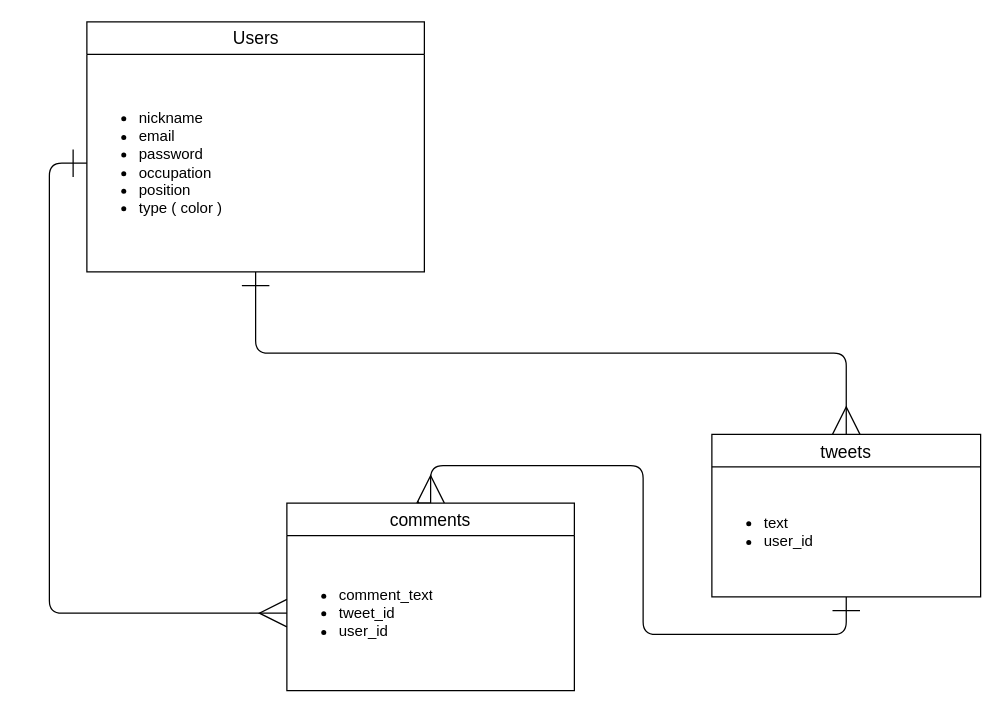
rin3124hello/for-style keeps this draw.io diagram as Er.dio. Above is the earlier version. Source tidied: cells renumbered, new cells numbered last; positions are measured from the earlier drawing's top-left corner, leaving out a move shared by most shapes. Both pictures are drawn from the tidied source at 125%, with x=0, y=0 at pixel (86, 21).
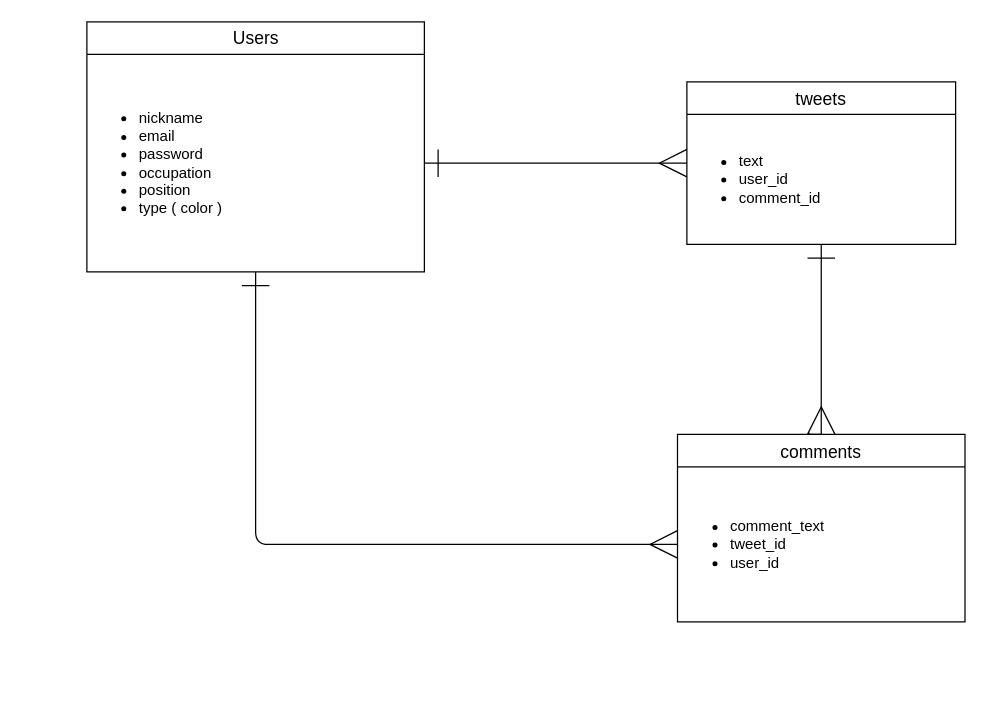
The same page after the edit.

Commit message (it also covers changes not shown here):
コメント後の修正

What changed in the source:
```diff
@@
 <mxGraphModel>
   <root>
     <mxCell id="0" />
     <mxCell id="1" parent="0" />
     <mxCell id="2" value="Users" style="swimlane;fontStyle=0;horizontal=1;startSize=26;align=center;fontSize=14;html=1;" parent="1" vertex="1">
       <mxGeometry width="270" height="200" as="geometry" />
     </mxCell>
     <mxCell id="3" value="&lt;ul&gt;&lt;li&gt;nickname&lt;/li&gt;&lt;li&gt;email&lt;/li&gt;&lt;li&gt;password&lt;/li&gt;&lt;li&gt;occupation&lt;/li&gt;&lt;li&gt;position&lt;/li&gt;&lt;li&gt;type ( color )&lt;/li&gt;&lt;/ul&gt;" style="text;strokeColor=none;fillColor=none;html=1;whiteSpace=wrap;verticalAlign=middle;overflow=hidden;" parent="2" vertex="1">
       <mxGeometry y="26" width="270" height="174" as="geometry" />
     </mxCell>
-    <mxCell id="4" style="edgeStyle=orthogonalEdgeStyle;curved=0;rounded=1;sketch=0;jettySize=auto;html=1;exitX=0.5;exitY=1;exitDx=0;exitDy=0;startArrow=ERone;startFill=0;endArrow=ERmany;endFill=0;startSize=20;endSize=20;" parent="1" edge="1" source="3" target="10">
+    <mxCell id="4" style="edgeStyle=orthogonalEdgeStyle;curved=0;rounded=1;sketch=0;jettySize=auto;html=1;startArrow=ERone;startFill=0;endArrow=ERmany;endFill=0;startSize=20;endSize=20;exitX=1;exitY=0.5;exitDx=0;exitDy=0;" parent="1" edge="1" source="3" target="10">
       <mxGeometry relative="1" as="geometry" />
     </mxCell>
     <mxCell id="5" style="edgeStyle=orthogonalEdgeStyle;curved=0;rounded=1;sketch=0;jettySize=auto;html=1;exitX=0.5;exitY=1;exitDx=0;exitDy=0;entryX=0.5;entryY=0;entryDx=0;entryDy=0;startArrow=ERone;startFill=0;startSize=20;endArrow=ERmany;endFill=0;endSize=20;" parent="1" edge="1" source="11" target="8">
       <mxGeometry relative="1" as="geometry" />
     </mxCell>
-    <mxCell id="6" style="edgeStyle=orthogonalEdgeStyle;curved=0;rounded=1;sketch=0;jettySize=auto;html=1;exitX=0;exitY=0.5;exitDx=0;exitDy=0;entryX=0;entryY=0.5;entryDx=0;entryDy=0;startArrow=ERone;startFill=0;startSize=20;endArrow=ERmany;endFill=0;endSize=20;" parent="1" edge="1" source="3" target="9">
+    <mxCell id="6" style="edgeStyle=orthogonalEdgeStyle;curved=0;rounded=1;sketch=0;jettySize=auto;html=1;exitX=0.5;exitY=1;exitDx=0;exitDy=0;entryX=0;entryY=0.5;entryDx=0;entryDy=0;startArrow=ERone;startFill=0;startSize=20;endArrow=ERmany;endFill=0;endSize=20;" parent="1" edge="1" source="3" target="9">
       <mxGeometry relative="1" as="geometry" />
     </mxCell>
     <mxCell id="7" style="edgeStyle=orthogonalEdgeStyle;rounded=0;orthogonalLoop=1;jettySize=auto;html=1;exitX=0.5;exitY=0;exitDx=0;exitDy=0;entryX=0.457;entryY=-0.013;entryDx=0;entryDy=0;entryPerimeter=0;" parent="1" edge="1" source="8" target="8">
       <mxGeometry relative="1" as="geometry" />
     </mxCell>
+    <mxCell id="10" value="tweets" style="swimlane;fontStyle=0;horizontal=1;startSize=26;align=center;fontSize=14;rounded=0;sketch=0;" parent="1" vertex="1">
+      <mxGeometry x="480" y="48" width="215" height="130" as="geometry" />
+    </mxCell>
+    <mxCell id="11" value="&lt;ul&gt;&lt;li&gt;text&lt;/li&gt;&lt;li&gt;user_id&lt;/li&gt;&lt;li&gt;comment_id&lt;/li&gt;&lt;/ul&gt;" style="text;strokeColor=none;fillColor=none;html=1;whiteSpace=wrap;verticalAlign=middle;overflow=hidden;rounded=0;sketch=0;" parent="10" vertex="1">
+      <mxGeometry y="26" width="215" height="104" as="geometry" />
+    </mxCell>
     <mxCell id="8" value="comments" style="swimlane;fontStyle=0;horizontal=1;startSize=26;align=center;fontSize=14;rounded=0;sketch=0;" parent="1" vertex="1">
-      <mxGeometry x="160" y="385" width="230" height="150" as="geometry" />
+      <mxGeometry x="472.5" y="330" width="230" height="150" as="geometry" />
     </mxCell>
     <mxCell id="9" value="&lt;ul&gt;&lt;li&gt;comment_text&lt;/li&gt;&lt;li&gt;tweet_id&lt;/li&gt;&lt;li&gt;user_id&lt;/li&gt;&lt;/ul&gt;" style="text;strokeColor=none;fillColor=none;html=1;whiteSpace=wrap;verticalAlign=middle;overflow=hidden;rounded=0;sketch=0;" parent="8" vertex="1">
       <mxGeometry y="26" width="230" height="124" as="geometry" />
     </mxCell>
-    <mxCell id="10" value="tweets" style="swimlane;fontStyle=0;horizontal=1;startSize=26;align=center;fontSize=14;rounded=0;sketch=0;" parent="1" vertex="1">
-      <mxGeometry x="500" y="330" width="215" height="130" as="geometry" />
-    </mxCell>
-    <mxCell id="11" value="&lt;ul&gt;&lt;li&gt;text&lt;/li&gt;&lt;li&gt;user_id&lt;/li&gt;&lt;/ul&gt;" style="text;strokeColor=none;fillColor=none;html=1;whiteSpace=wrap;verticalAlign=middle;overflow=hidden;rounded=0;sketch=0;" parent="10" vertex="1">
-      <mxGeometry y="26" width="215" height="104" as="geometry" />
-    </mxCell>
   </root>
 </mxGraphModel>
```
